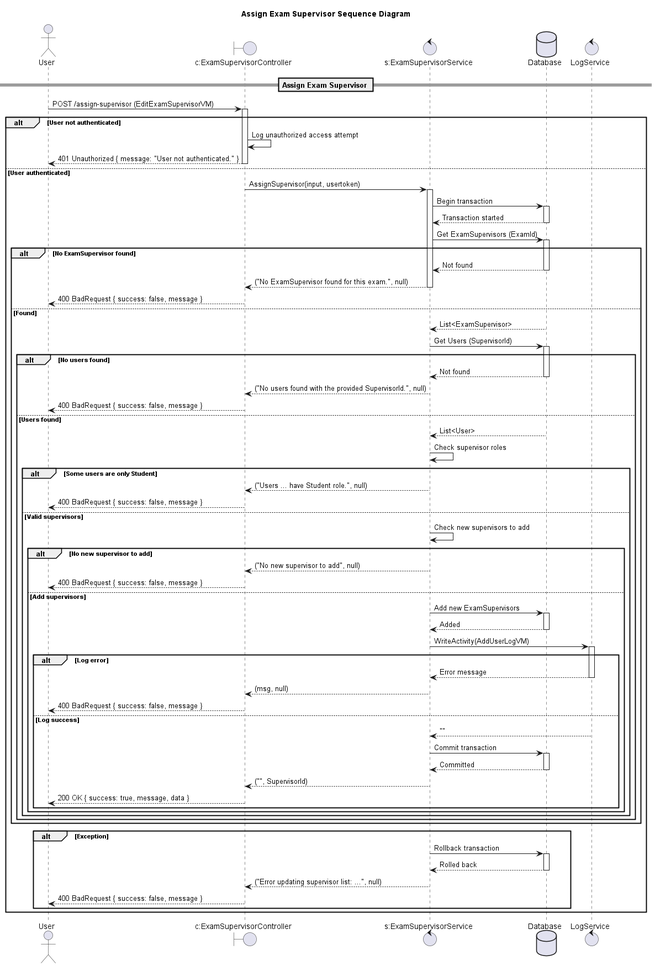
conghoan1211/AI-Kiosk-Testing-system keeps this PlantUML diagram as design/out/assignexamsupervisorsequencediagram/assignexamsupervisorsequencediagram.png. Above is the earlier version. Source of this version:
```plantuml
@startuml

title Assign Exam Supervisor Sequence Diagram

actor "User" as Client
boundary "c:ExamSupervisorController" as Controller
control "s:ExamSupervisorService" as Service
database "Database" as DB
control "LogService" as Log

== Assign Exam Supervisor ==

Client -> Controller: POST /assign-supervisor (EditExamSupervisorVM)
activate Controller

alt User not authenticated
    Controller -> Controller: Log unauthorized access attempt
    Controller --> Client: 401 Unauthorized { message: "User not authenticated." }
    deactivate Controller
else User authenticated
    Controller -> Service: AssignSupervisor(input, usertoken)
    activate Service

    Service -> DB: Begin transaction
    activate DB
    DB --> Service: Transaction started
    deactivate DB

    Service -> DB: Get ExamSupervisors (ExamId)
    activate DB
    alt No ExamSupervisor found
        DB --> Service: Not found
        deactivate DB
        Service --> Controller: ("No ExamSupervisor found for this exam.", null)
        deactivate Service
        Controller --> Client: 400 BadRequest { success: false, message }
        deactivate Controller
    else Found
        DB --> Service: List<ExamSupervisor>
        deactivate DB

        Service -> DB: Get Users (SupervisorId)
        activate DB
        alt No users found
            DB --> Service: Not found
            deactivate DB
            Service --> Controller: ("No users found with the provided SupervisorId.", null)
            deactivate Service
            Controller --> Client: 400 BadRequest { success: false, message }
            deactivate Controller
        else Users found
            DB --> Service: List<User>
            deactivate DB

            Service -> Service: Check supervisor roles
            alt Some users are only Student
                Service --> Controller: ("Users ... have Student role.", null)
                deactivate Service
                Controller --> Client: 400 BadRequest { success: false, message }
                deactivate Controller
            else Valid supervisors
                Service -> Service: Check new supervisors to add
                alt No new supervisor to add
                    Service --> Controller: ("No new supervisor to add", null)
                    deactivate Service
                    Controller --> Client: 400 BadRequest { success: false, message }
                    deactivate Controller
                else Add supervisors
                    Service -> DB: Add new ExamSupervisors
                    activate DB
                    DB --> Service: Added
                    deactivate DB

                    Service -> Log: WriteActivity(AddUserLogVM)
                    activate Log
                    alt Log error
                        Log --> Service: Error message
                        deactivate Log
                        Service --> Controller: (msg, null)
                        deactivate Service
                        Controller --> Client: 400 BadRequest { success: false, message }
                        deactivate Controller
                    else Log success
                        Log --> Service: ""
                        deactivate Log
                        Service -> DB: Commit transaction
                        activate DB
                        DB --> Service: Committed
                        deactivate DB
                        Service --> Controller: ("", SupervisorId)
                        deactivate Service
                        Controller --> Client: 200 OK { success: true, message, data }
                        deactivate Controller
                    end alt
                end alt
            end alt
        end alt
    end alt
    alt Exception
        Service -> DB: Rollback transaction
        activate DB
        DB --> Service: Rolled back
        deactivate DB
        Service --> Controller: ("Error updating supervisor list: ...", null)
        deactivate Service
        Controller --> Client: 400 BadRequest { success: false, message }
        deactivate Controller
    end alt
end alt

@enduml
```
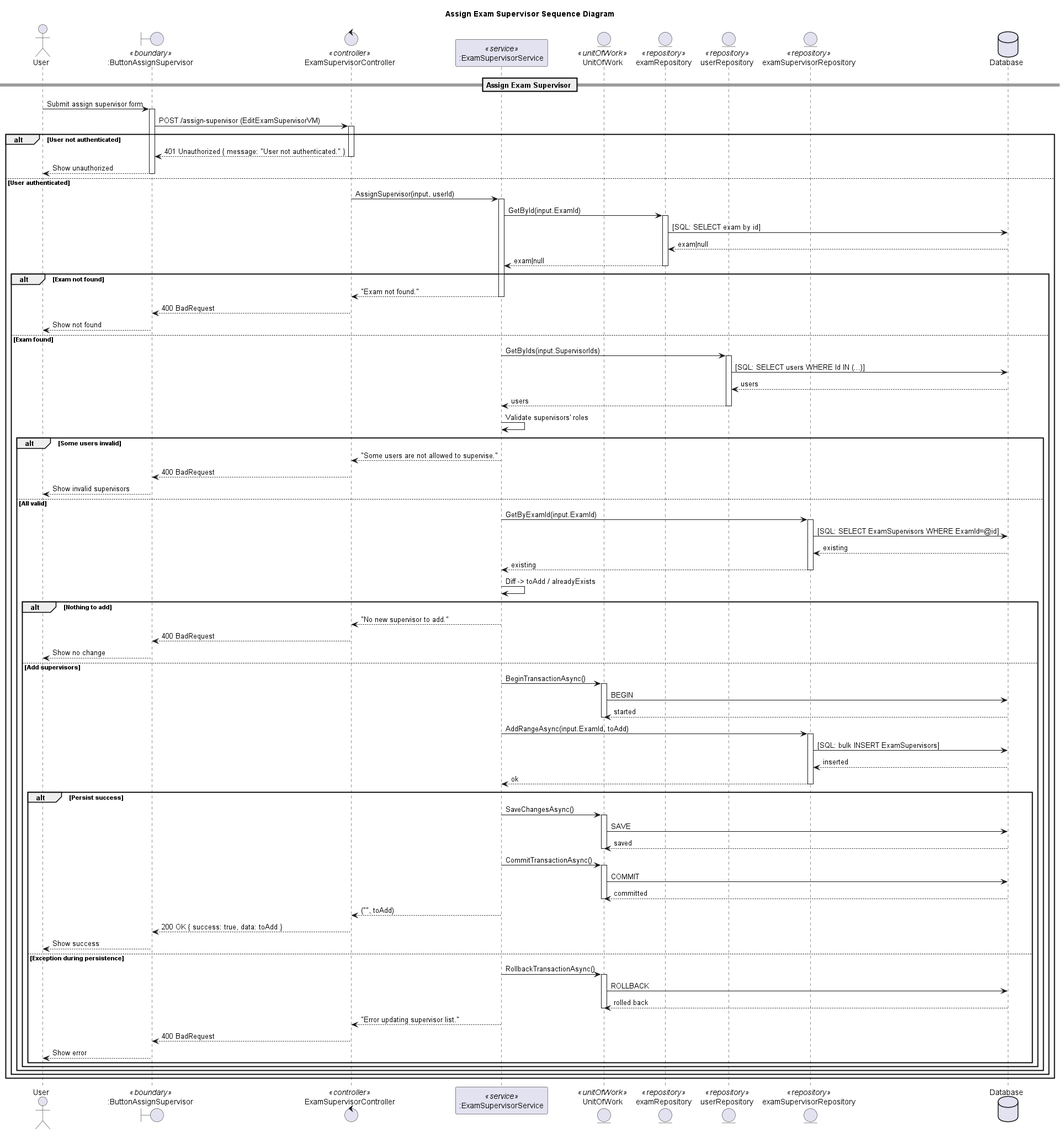
After the commit.

Diff of the diagram source:
```diff
@@ -1,111 +1,130 @@
 @startuml
-
 title Assign Exam Supervisor Sequence Diagram
 
 actor "User" as Client
-boundary "c:ExamSupervisorController" as Controller
-control "s:ExamSupervisorService" as Service
+boundary ":ButtonAssignSupervisor" as UI <<boundary>>
+control "ExamSupervisorController" as Controller <<controller>>
+participant ":ExamSupervisorService" as Service <<service>>
+entity "UnitOfWork" as UoW <<unitOfWork>>
+
+entity "examRepository" as ExamRepo <<repository>>
+entity "userRepository" as UserRepo <<repository>>
+entity "examSupervisorRepository" as EsRepo <<repository>>
+
 database "Database" as DB
-control "LogService" as Log
 
 == Assign Exam Supervisor ==
 
-Client -> Controller: POST /assign-supervisor (EditExamSupervisorVM)
+Client -> UI: Submit assign supervisor form
+activate UI
+UI -> Controller: POST /assign-supervisor (EditExamSupervisorVM)
 activate Controller
 
 alt User not authenticated
-    Controller -> Controller: Log unauthorized access attempt
-    Controller --> Client: 401 Unauthorized { message: "User not authenticated." }
+  Controller --> UI: 401 Unauthorized { message: "User not authenticated." }
+  deactivate Controller
+  UI --> Client: Show unauthorized
+  deactivate UI
+else User authenticated
+  Controller -> Service: AssignSupervisor(input, userId)
+  activate Service
+
+  Service -> ExamRepo: GetById(input.ExamId)
+  activate ExamRepo
+  ExamRepo -> DB: [SQL: SELECT exam by id]
+  DB --> ExamRepo: exam|null
+  ExamRepo --> Service: exam|null
+  deactivate ExamRepo
+
+  alt Exam not found
+    Service --> Controller: "Exam not found."
+    deactivate Service
+    Controller --> UI: 400 BadRequest
     deactivate Controller
-else User authenticated
-    Controller -> Service: AssignSupervisor(input, usertoken)
-    activate Service
+    UI --> Client: Show not found
+    deactivate UI
+  else Exam found
+    Service -> UserRepo: GetByIds(input.SupervisorIds)
+    activate UserRepo
+    UserRepo -> DB: [SQL: SELECT users WHERE Id IN (...)]
+    DB --> UserRepo: users
+    UserRepo --> Service: users
+    deactivate UserRepo
 
-    Service -> DB: Begin transaction
-    activate DB
-    DB --> Service: Transaction started
-    deactivate DB
+    Service -> Service: Validate supervisors' roles
+    alt Some users invalid
+      Service --> Controller: "Some users are not allowed to supervise."
+      deactivate Service
+      Controller --> UI: 400 BadRequest
+      deactivate Controller
+      UI --> Client: Show invalid supervisors
+      deactivate UI
+    else All valid
+      Service -> EsRepo: GetByExamId(input.ExamId)
+      activate EsRepo
+      EsRepo -> DB: [SQL: SELECT ExamSupervisors WHERE ExamId=@id]
+      DB --> EsRepo: existing
+      EsRepo --> Service: existing
+      deactivate EsRepo
 
-    Service -> DB: Get ExamSupervisors (ExamId)
-    activate DB
-    alt No ExamSupervisor found
-        DB --> Service: Not found
-        deactivate DB
-        Service --> Controller: ("No ExamSupervisor found for this exam.", null)
+      Service -> Service: Diff -> toAdd / alreadyExists
+
+      alt Nothing to add
+        Service --> Controller: "No new supervisor to add."
         deactivate Service
-        Controller --> Client: 400 BadRequest { success: false, message }
+        Controller --> UI: 400 BadRequest
         deactivate Controller
-    else Found
-        DB --> Service: List<ExamSupervisor>
-        deactivate DB
+        UI --> Client: Show no change
+        deactivate UI
+      else Add supervisors
+        Service -> UoW: BeginTransactionAsync()
+        activate UoW
+        UoW -> DB: BEGIN
+        DB --> UoW: started
+        deactivate UoW
 
-        Service -> DB: Get Users (SupervisorId)
-        activate DB
-        alt No users found
-            DB --> Service: Not found
-            deactivate DB
-            Service --> Controller: ("No users found with the provided SupervisorId.", null)
-            deactivate Service
-            Controller --> Client: 400 BadRequest { success: false, message }
-            deactivate Controller
-        else Users found
-            DB --> Service: List<User>
-            deactivate DB
+        Service -> EsRepo: AddRangeAsync(input.ExamId, toAdd)
+        activate EsRepo
+        EsRepo -> DB: [SQL: bulk INSERT ExamSupervisors]
+        DB --> EsRepo: inserted
+        EsRepo --> Service: ok
+        deactivate EsRepo
 
-            Service -> Service: Check supervisor roles
-            alt Some users are only Student
-                Service --> Controller: ("Users ... have Student role.", null)
-                deactivate Service
-                Controller --> Client: 400 BadRequest { success: false, message }
-                deactivate Controller
-            else Valid supervisors
-                Service -> Service: Check new supervisors to add
-                alt No new supervisor to add
-                    Service --> Controller: ("No new supervisor to add", null)
-                    deactivate Service
-                    Controller --> Client: 400 BadRequest { success: false, message }
-                    deactivate Controller
-                else Add supervisors
-                    Service -> DB: Add new ExamSupervisors
-                    activate DB
-                    DB --> Service: Added
-                    deactivate DB
+        alt Persist success
+          Service -> UoW: SaveChangesAsync()
+          activate UoW
+          UoW -> DB: SAVE
+          DB --> UoW: saved
+          deactivate UoW
 
-                    Service -> Log: WriteActivity(AddUserLogVM)
-                    activate Log
-                    alt Log error
-                        Log --> Service: Error message
-                        deactivate Log
-                        Service --> Controller: (msg, null)
-                        deactivate Service
-                        Controller --> Client: 400 BadRequest { success: false, message }
-                        deactivate Controller
-                    else Log success
-                        Log --> Service: ""
-                        deactivate Log
-                        Service -> DB: Commit transaction
-                        activate DB
-                        DB --> Service: Committed
-                        deactivate DB
-                        Service --> Controller: ("", SupervisorId)
-                        deactivate Service
-                        Controller --> Client: 200 OK { success: true, message, data }
-                        deactivate Controller
-                    end alt
-                end alt
-            end alt
+          Service -> UoW: CommitTransactionAsync()
+          activate UoW
+          UoW -> DB: COMMIT
+          DB --> UoW: committed
+          deactivate UoW
+
+          Service --> Controller: ("", toAdd)
+          deactivate Service
+          Controller --> UI: 200 OK { success: true, data: toAdd }
+          deactivate Controller
+          UI --> Client: Show success
+          deactivate UI
+        else Exception during persistence
+          Service -> UoW: RollbackTransactionAsync()
+          activate UoW
+          UoW -> DB: ROLLBACK
+          DB --> UoW: rolled back
+          deactivate UoW
+
+          Service --> Controller: "Error updating supervisor list."
+          deactivate Service
+          Controller --> UI: 400 BadRequest
+          deactivate Controller
+          UI --> Client: Show error
+          deactivate UI
         end alt
+      end alt
     end alt
-    alt Exception
-        Service -> DB: Rollback transaction
-        activate DB
-        DB --> Service: Rolled back
-        deactivate DB
-        Service --> Controller: ("Error updating supervisor list: ...", null)
-        deactivate Service
-        Controller --> Client: 400 BadRequest { success: false, message }
-        deactivate Controller
-    end alt
+  end alt
 end alt
-
 @enduml
```
